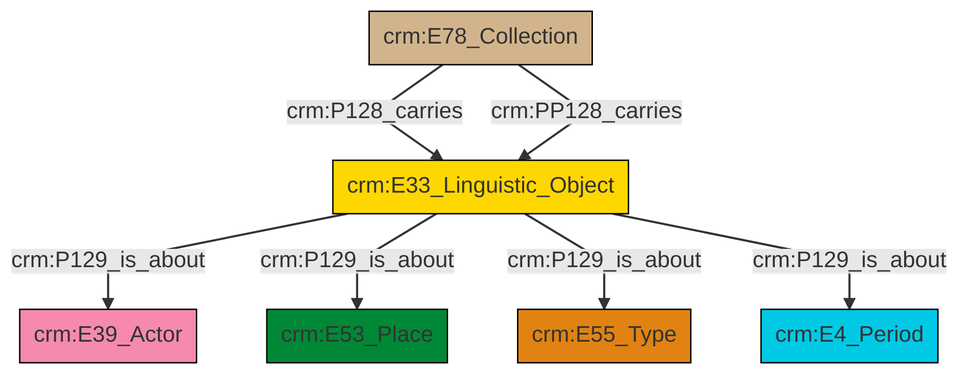
The Mermaid diagram et/archivalCSV/ttl/mmd/png/archival_aboutness.png in swiss-art-research-net/docs.swissartresearch, before a commit. Its source is kept beside it as et/archivalCSV/ttl/mmd/archival_aboutness.ttl.mmd.
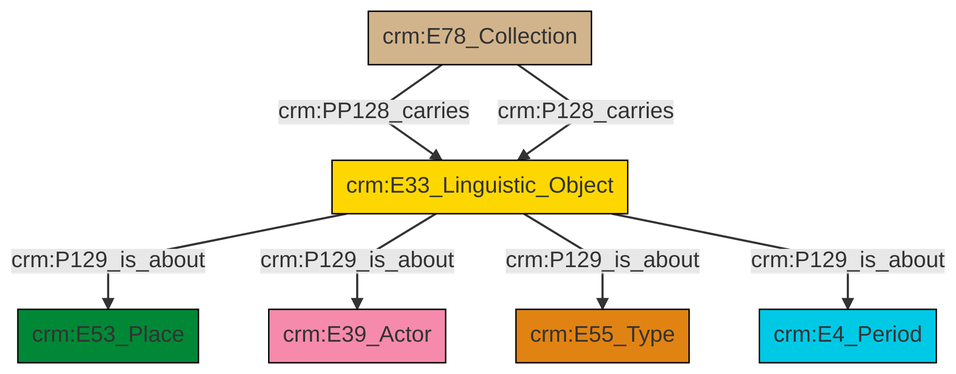
Above is the later version.

Diff of the diagram source:
```diff
@@ -13,9 +13,9 @@
 classDef PC_Classes fill:#4ce600, stroke:#000000;
 classDef Multi fill:#cccccc,stroke:#000000;
 
-0["crm:E78_Collection"]:::Physical_Thing -->|crm:P128_carries| 1["crm:E33_Linguistic_Object"]:::Conceptual_Object
-1["crm:E33_Linguistic_Object"]:::Conceptual_Object -->|crm:P129_is_about| 2["crm:E39_Actor"]:::Actor
-1["crm:E33_Linguistic_Object"]:::Conceptual_Object -->|crm:P129_is_about| 7["crm:E53_Place"]:::Place
-1["crm:E33_Linguistic_Object"]:::Conceptual_Object -->|crm:P129_is_about| 8["crm:E55_Type"]:::Type
-1["crm:E33_Linguistic_Object"]:::Conceptual_Object -->|crm:P129_is_about| 5["crm:E4_Period"]:::Temporal_Entity
-0["crm:E78_Collection"]:::Physical_Thing -->|crm:PP128_carries| 1["crm:E33_Linguistic_Object"]:::Conceptual_Object
+0["crm:E78_Collection"]:::Physical_Thing -->|crm:PP128_carries| 2["crm:E33_Linguistic_Object"]:::Conceptual_Object
+2["crm:E33_Linguistic_Object"]:::Conceptual_Object -->|crm:P129_is_about| 5["crm:E53_Place"]:::Place
+0["crm:E78_Collection"]:::Physical_Thing -->|crm:P128_carries| 2["crm:E33_Linguistic_Object"]:::Conceptual_Object
+2["crm:E33_Linguistic_Object"]:::Conceptual_Object -->|crm:P129_is_about| 3["crm:E39_Actor"]:::Actor
+2["crm:E33_Linguistic_Object"]:::Conceptual_Object -->|crm:P129_is_about| 7["crm:E55_Type"]:::Type
+2["crm:E33_Linguistic_Object"]:::Conceptual_Object -->|crm:P129_is_about| 9["crm:E4_Period"]:::Temporal_Entity
```
